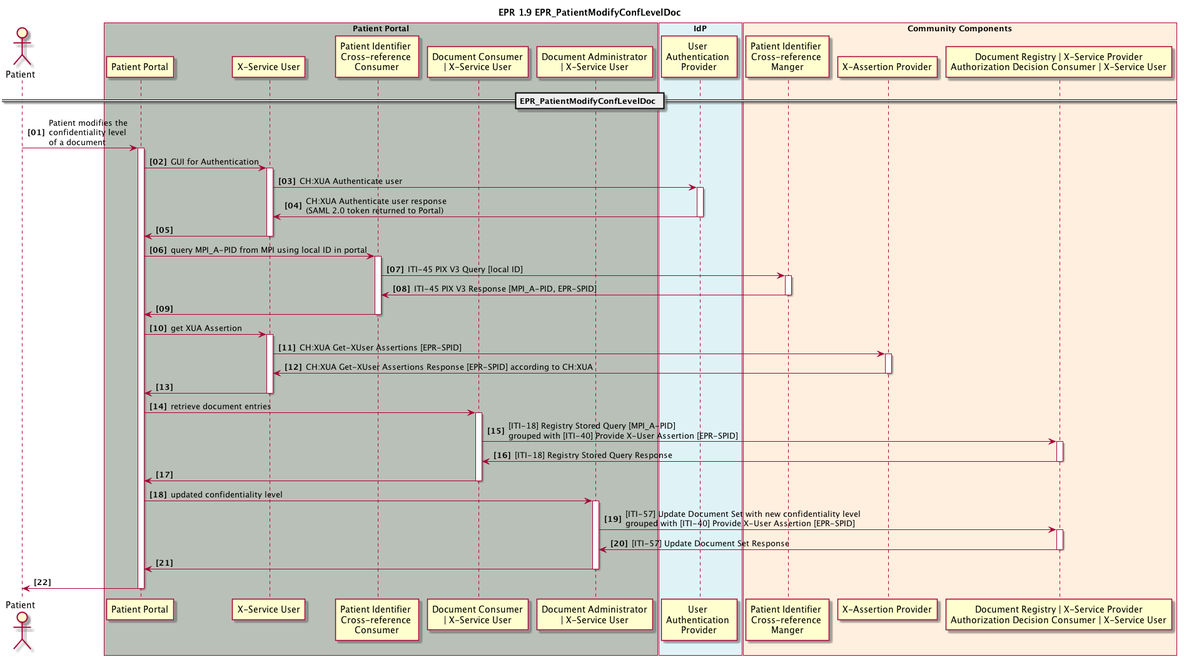
The PlantUML diagram 1_09_EPR_PatientModifyConfLevelDoc.plantuml.png in ahdis/ch-epr-seqdiag, before a commit.
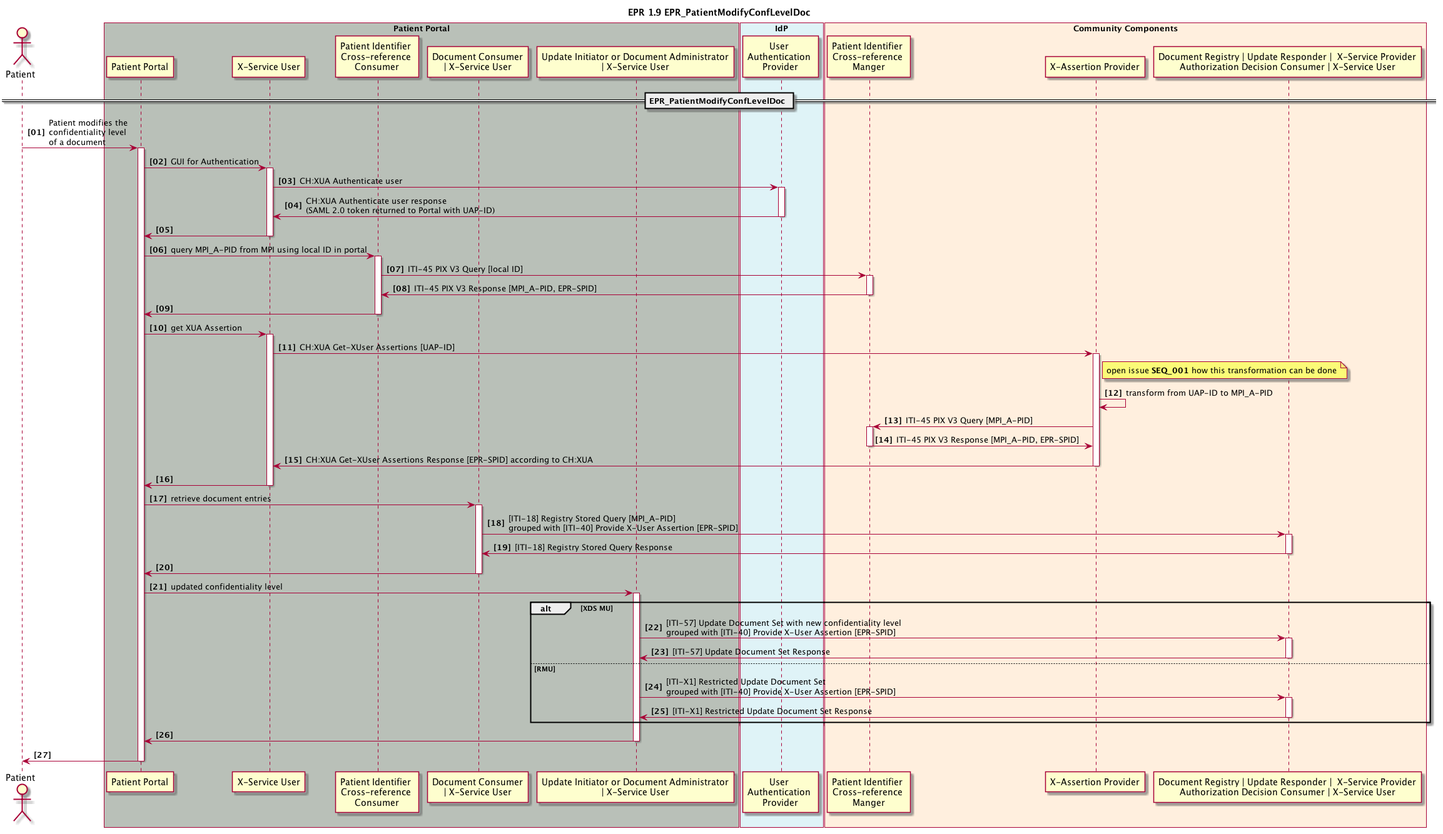
Later version of the same file.

The edit, as a diff of the source:
```diff
@@ -10,7 +10,7 @@
 	participant pp_x_service_user as "X-Service User"
 	participant pp_pix_x_ref_consumer as "Patient Identifier \nCross-reference \nConsumer"
 	participant pp_doc_consumer as "Document Consumer\n| X-Service User"
-	participant pp_doc_admin as "Document Administrator\n| X-Service User"
+	participant pp_doc_admin as "Update Initiator or Document Administrator\n| X-Service User"
 end box
 
 box "IdP" #DFF3F7
@@ -20,7 +20,7 @@
 box "Community Components" #FFEFDE
 	participant cc_mpi_x_ref_manager as "Patient Identifier \nCross-reference \nManger"
 	participant cc_x_assertion_provider as "X-Assertion Provider"
-	participant cc_doc_registry as "Document Registry | X-Service Provider\nAuthorization Decision Consumer | X-Service User"
+	participant cc_doc_registry as "Document Registry | Update Responder |  X-Service Provider\nAuthorization Decision Consumer | X-Service User"
 end box
 
 == EPR_PatientModifyConfLevelDoc ==
@@ -31,7 +31,7 @@
 activate pp_x_service_user
 pp_x_service_user -> idp_user_authentication_provider : CH:XUA Authenticate user
 activate idp_user_authentication_provider
-pp_x_service_user <- idp_user_authentication_provider : CH:XUA Authenticate user response \n(SAML 2.0 token returned to Portal)
+pp_x_service_user <- idp_user_authentication_provider : CH:XUA Authenticate user response \n(SAML 2.0 token returned to Portal with UAP-ID)
 deactivate idp_user_authentication_provider
 pp_gui <- pp_x_service_user
 deactivate pp_x_service_user
@@ -47,8 +47,14 @@
 
 pp_gui -> pp_x_service_user : get XUA Assertion
 activate pp_x_service_user
-pp_x_service_user -> cc_x_assertion_provider: CH:XUA Get-XUser Assertions [EPR-SPID]
+pp_x_service_user -> cc_x_assertion_provider: CH:XUA Get-XUser Assertions [UAP-ID]
 activate cc_x_assertion_provider
+note right cc_x_assertion_provider: open issue <b>SEQ_001</b> how this transformation can be done
+cc_x_assertion_provider -> cc_x_assertion_provider: transform from UAP-ID to MPI_A-PID
+cc_x_assertion_provider -> cc_mpi_x_ref_manager: ITI-45 PIX V3 Query [MPI_A-PID]
+activate cc_mpi_x_ref_manager
+cc_x_assertion_provider <- cc_mpi_x_ref_manager: ITI-45 PIX V3 Response [MPI_A-PID, EPR-SPID]
+deactivate cc_mpi_x_ref_manager
 pp_x_service_user <- cc_x_assertion_provider: CH:XUA Get-XUser Assertions Response [EPR-SPID] according to CH:XUA
 deactivate cc_x_assertion_provider
 pp_gui <- pp_x_service_user
@@ -65,10 +71,19 @@
 
 pp_gui -> pp_doc_admin: updated confidentiality level
 activate pp_doc_admin
+
+alt XDS MU
 pp_doc_admin -> cc_doc_registry: [ITI-57] Update Document Set with new confidentiality level\ngrouped with [ITI-40] Provide X-User Assertion [EPR-SPID]
 activate cc_doc_registry
 pp_doc_admin <- cc_doc_registry: [ITI-57] Update Document Set Response
 deactivate cc_doc_registry
+else RMU
+pp_doc_admin -> cc_doc_registry: [ITI-X1] Restricted Update Document Set\ngrouped with [ITI-40] Provide X-User Assertion [EPR-SPID]
+activate cc_doc_registry
+pp_doc_admin <- cc_doc_registry: [ITI-X1] Restricted Update Document Set Response
+deactivate cc_doc_registry
+end
+
 pp_gui <- pp_doc_admin
 deactivate pp_doc_admin
 
```
